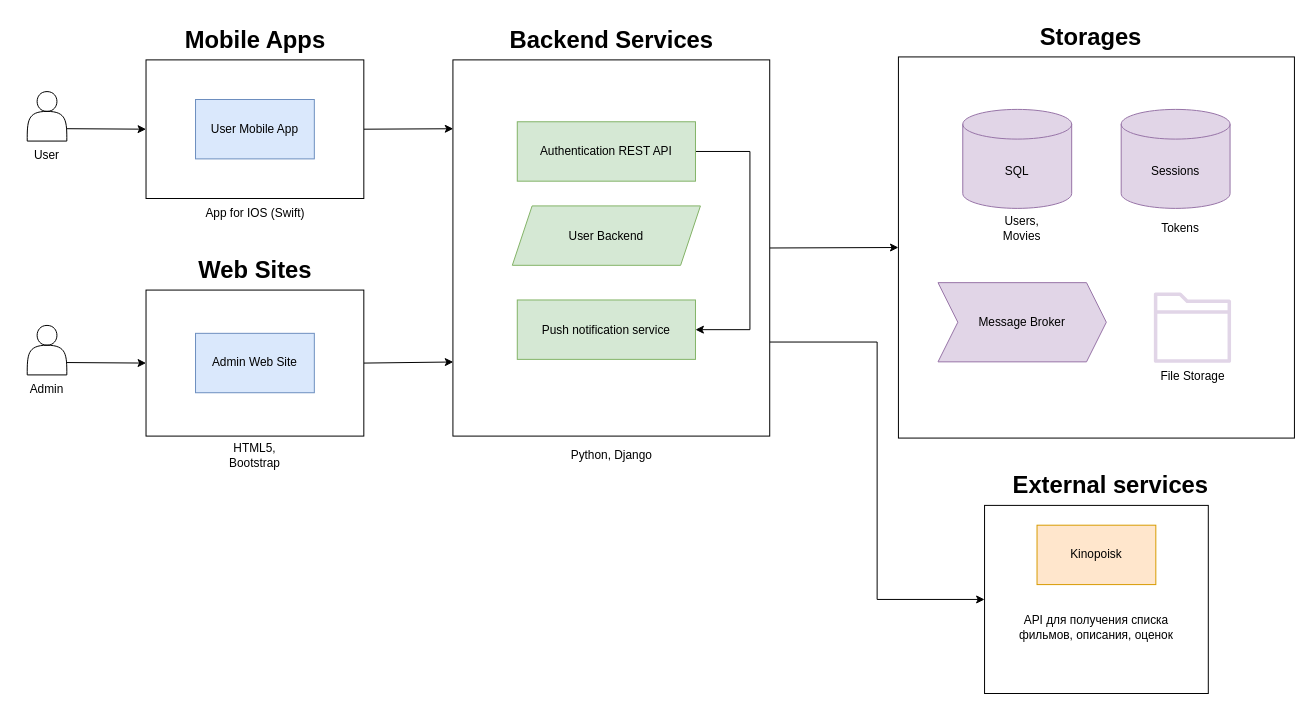
Before: page "Архитектурная диаграмма" (1 of 4) of Схемы/Диаграмма приложения.drawio in nCrag/Cinematch, a draw.io diagram. Source tidied: cells renumbered, new cells numbered last; positions are measured from the earlier drawing's top-left corner, leaving out a move shared by most shapes. Both pictures are drawn from the tidied source at 99%, with x=0, y=0 at pixel (17, 17).
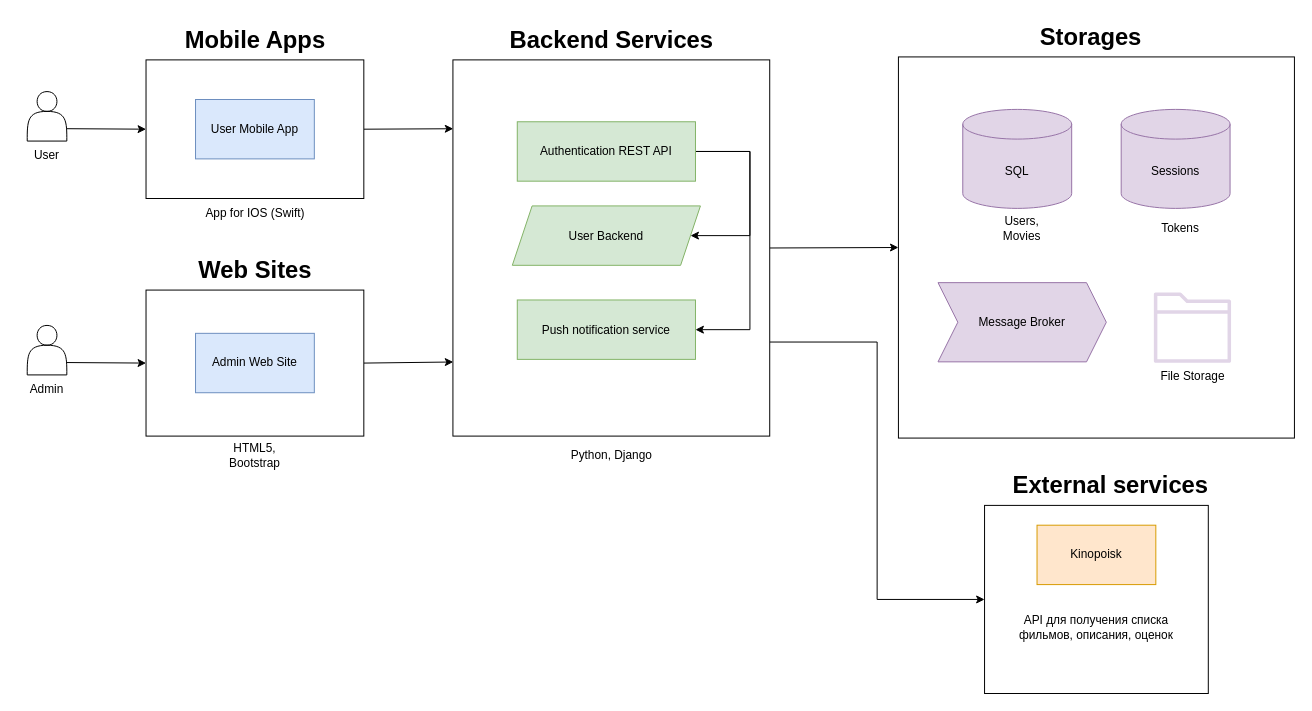
After the change.

The change refers to these unchanged cells:
```xml
<mxCell id="11" value="User Backend" style="shape=parallelogram;perimeter=parallelogramPerimeter;whiteSpace=wrap;html=1;fixedSize=1;rounded=0;labelBackgroundColor=none;fillColor=#d5e8d4;strokeColor=#82b366;" parent="1" vertex="1">
  <mxGeometry x="500" y="190.5" width="190" height="60" as="geometry" />
</mxCell>
<mxCell id="14" value="Authentication REST API" style="rounded=0;whiteSpace=wrap;html=1;labelBackgroundColor=none;fillColor=#d5e8d4;strokeColor=#82b366;" parent="1" vertex="1">
  <mxGeometry x="505" y="105.5" width="180" height="60" as="geometry" />
</mxCell>
```

What changed in the source:
```diff
@@
+    <mxCell id="41" style="edgeStyle=orthogonalEdgeStyle;rounded=0;html=1;exitX=1;exitY=0.5;exitDx=0;exitDy=0;entryX=1;entryY=0.5;entryDx=0;entryDy=0;" parent="1" edge="1" source="14" target="11">
+      <mxGeometry relative="1" as="geometry">
+        <Array as="points">
+          <mxPoint x="740" y="135" />
+          <mxPoint x="740" y="221" />
+        </Array>
+      </mxGeometry>
+    </mxCell>
```
